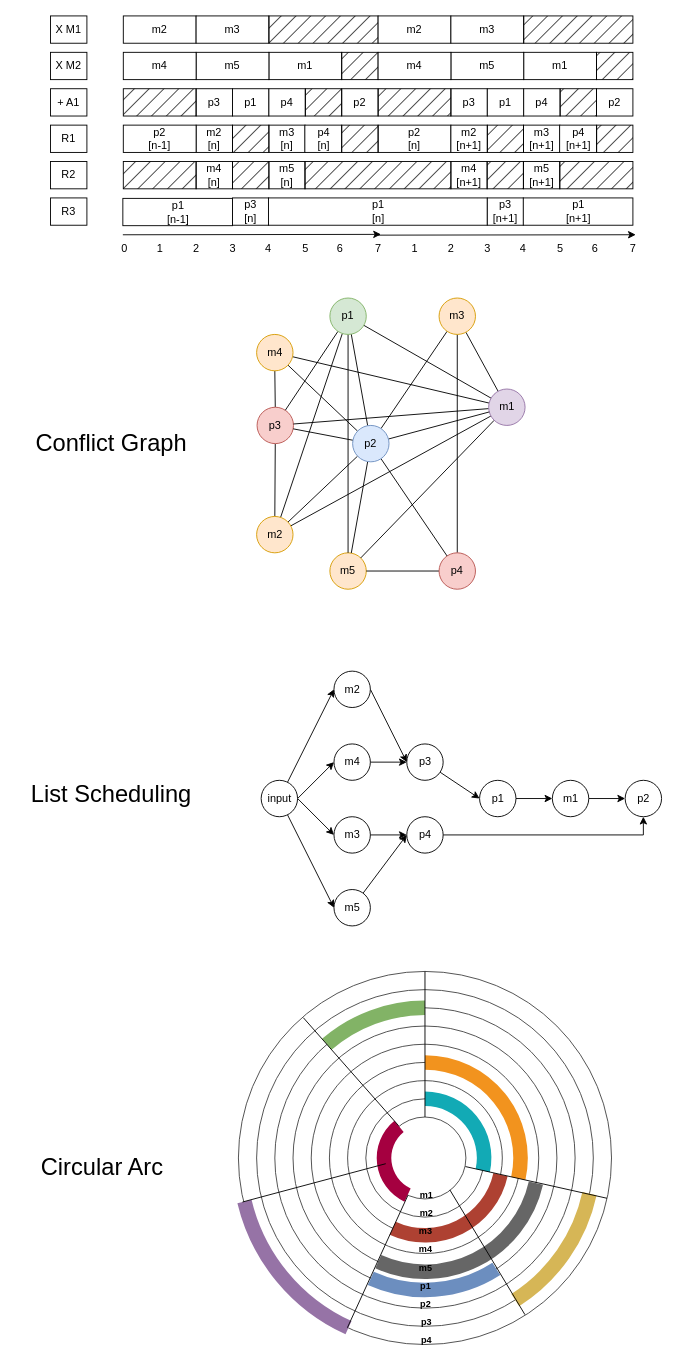
Above: page "Circular-arc graph" (3 of 5) of Assignement1/IDSP DrawIO.drawio in martinreinok/IDSP191210950 (draw.io), before the change. Source tidied: cells renumbered, new cells numbered last; positions are measured from the earlier drawing's top-left corner, leaving out a move shared by most shapes. Both pictures are drawn from the tidied source at 91%, with x=0, y=0 at pixel (15, 15).
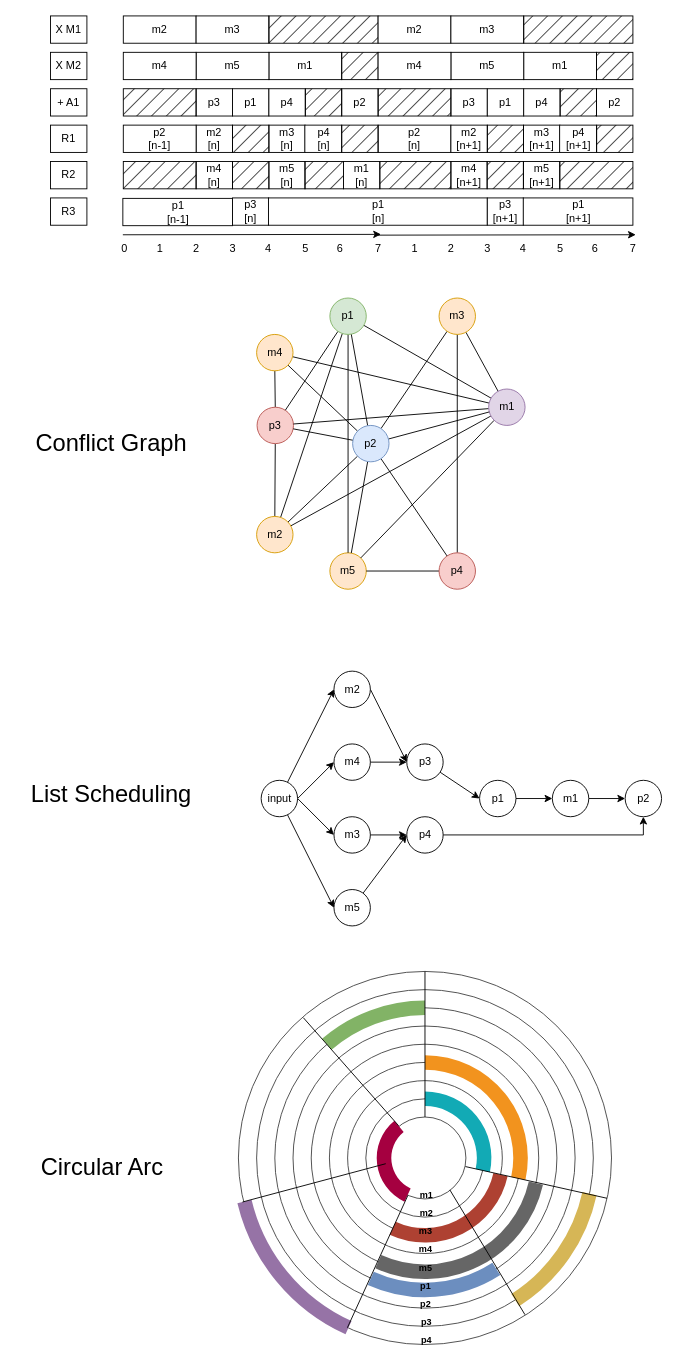
Above is the later version.

Change to the diagram source:
```diff
@@
     <mxCell id="159" style="rounded=0;whiteSpace=wrap;html=1;fillColor=#000000;fillStyle=hatch;" parent="1" vertex="1">
-      <mxGeometry x="317.5" y="160" width="160.5" height="30" as="geometry" />
+      <mxGeometry x="317.5" y="160" width="42.5" height="30" as="geometry" />
     </mxCell>
@@
+    <mxCell id="165" value="m1&lt;br&gt;[n]" style="rounded=0;whiteSpace=wrap;html=1;" parent="1" vertex="1">
+      <mxGeometry x="360" y="160" width="39.8" height="30" as="geometry" />
+    </mxCell>
+    <mxCell id="166" style="rounded=0;whiteSpace=wrap;html=1;fillColor=#000000;fillStyle=hatch;" parent="1" vertex="1">
+      <mxGeometry x="400" y="160" width="78" height="30" as="geometry" />
+    </mxCell>
```
